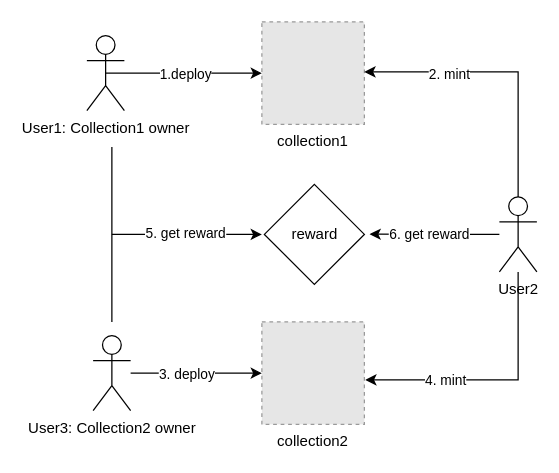
Above: Untitled Diagram.drawio in PalanQu/images (draw.io), before the change. Source tidied: cells renumbered, new cells numbered last; positions are measured from the earlier drawing's top-left corner, leaving out a move shared by most shapes. Both pictures are drawn from the tidied source at 125%, with x=0, y=0 at pixel (86, 21). Pictures stored in the file or linked from it are replaced by grey dashed boxes.
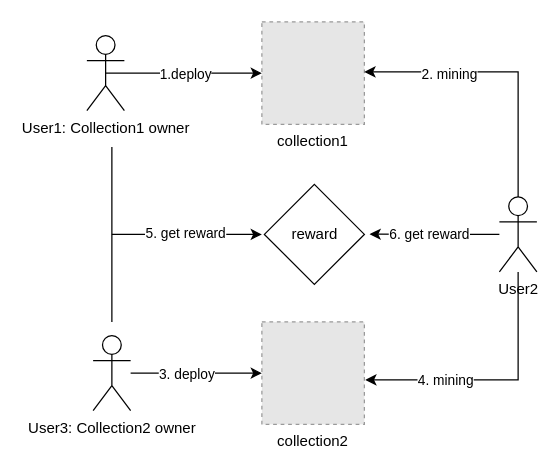
The same diagram, later.

Unchanged cells that the change refers to:
```xml
<mxCell id="6" style="edgeStyle=orthogonalEdgeStyle;rounded=0;jettySize=auto;html=1;" parent="1" edge="1" source="12" target="5">
  <mxGeometry relative="1" as="geometry">
    <Array as="points">
      <mxPoint x="345" y="40" />
    </Array>
  </mxGeometry>
</mxCell>
<mxCell id="8" style="edgeStyle=orthogonalEdgeStyle;rounded=0;jettySize=auto;html=1;entryX=1.009;entryY=0.566;entryDx=0;entryDy=0;entryPerimeter=0;" parent="1" edge="1" source="12" target="17">
  <mxGeometry relative="1" as="geometry">
    <Array as="points">
      <mxPoint x="345" y="286" />
    </Array>
  </mxGeometry>
</mxCell>
```

Change to the diagram source:
```diff
@@
-    <mxCell id="7" value="2. mint" style="edgeLabel;html=1;align=center;verticalAlign=middle;" parent="6" vertex="1">
+    <mxCell id="7" value="2. mining" style="edgeLabel;html=1;align=center;verticalAlign=middle;" parent="6" vertex="1">
       <mxGeometry x="0.04" y="-2" relative="1" as="geometry">
         <mxPoint x="-40" y="3" as="offset" />
       </mxGeometry>
     </mxCell>
@@
-    <mxCell id="9" value="4. mint" style="edgeLabel;html=1;align=center;verticalAlign=middle;" parent="8" vertex="1">
+    <mxCell id="9" value="4. mining" style="edgeLabel;html=1;align=center;verticalAlign=middle;" parent="8" vertex="1">
       <mxGeometry x="0.39" relative="1" as="geometry" />
     </mxCell>
```
